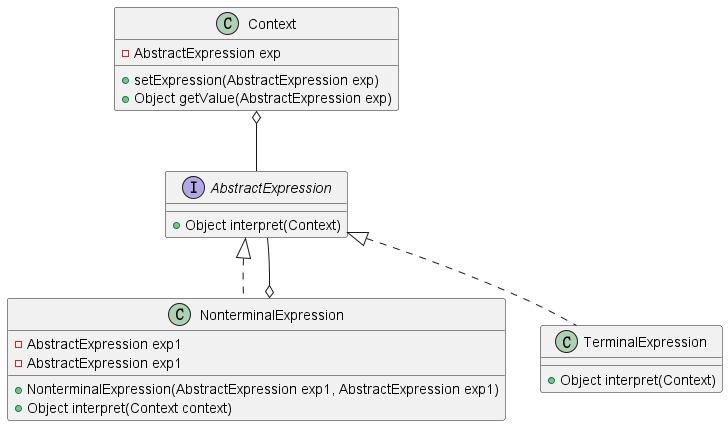
Before: spring-cloud-design-pattern/behavior-interpreter-pattern/src/main/resources/static/diagram.png, a diagram exported from PlantUML (sunnyzhy/Design-pattern).
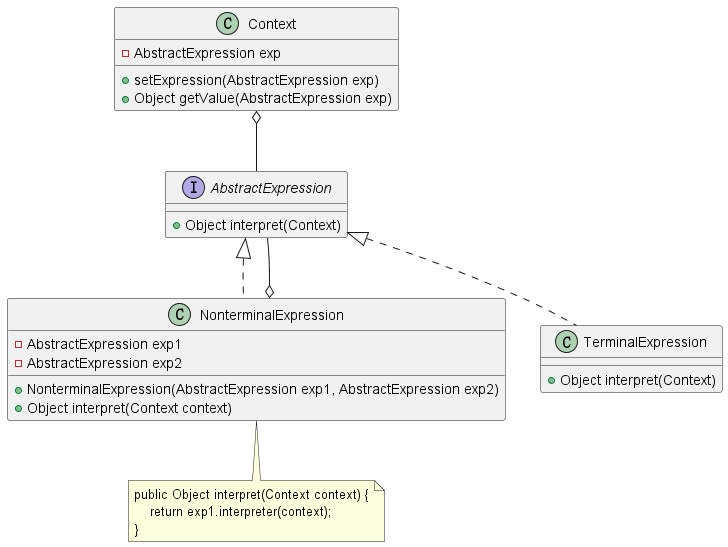
After the commit.

Diff of the diagram source:
```diff
@@ -13,9 +13,9 @@
 
 class NonterminalExpression implements AbstractExpression {
   -AbstractExpression exp1
-  -AbstractExpression exp1
+  -AbstractExpression exp2
 
-  +NonterminalExpression(AbstractExpression exp1, AbstractExpression exp1)
+  +NonterminalExpression(AbstractExpression exp1, AbstractExpression exp2)
   +Object interpret(Context context)
 }
 
@@ -26,4 +26,12 @@
   +Object getValue(AbstractExpression exp)
 }
 
+note as N
+    public Object interpret(Context context) {
+        return exp1.interpreter(context);
+    }
+end note
+
+NonterminalExpression .. N
+
 @enduml
```
